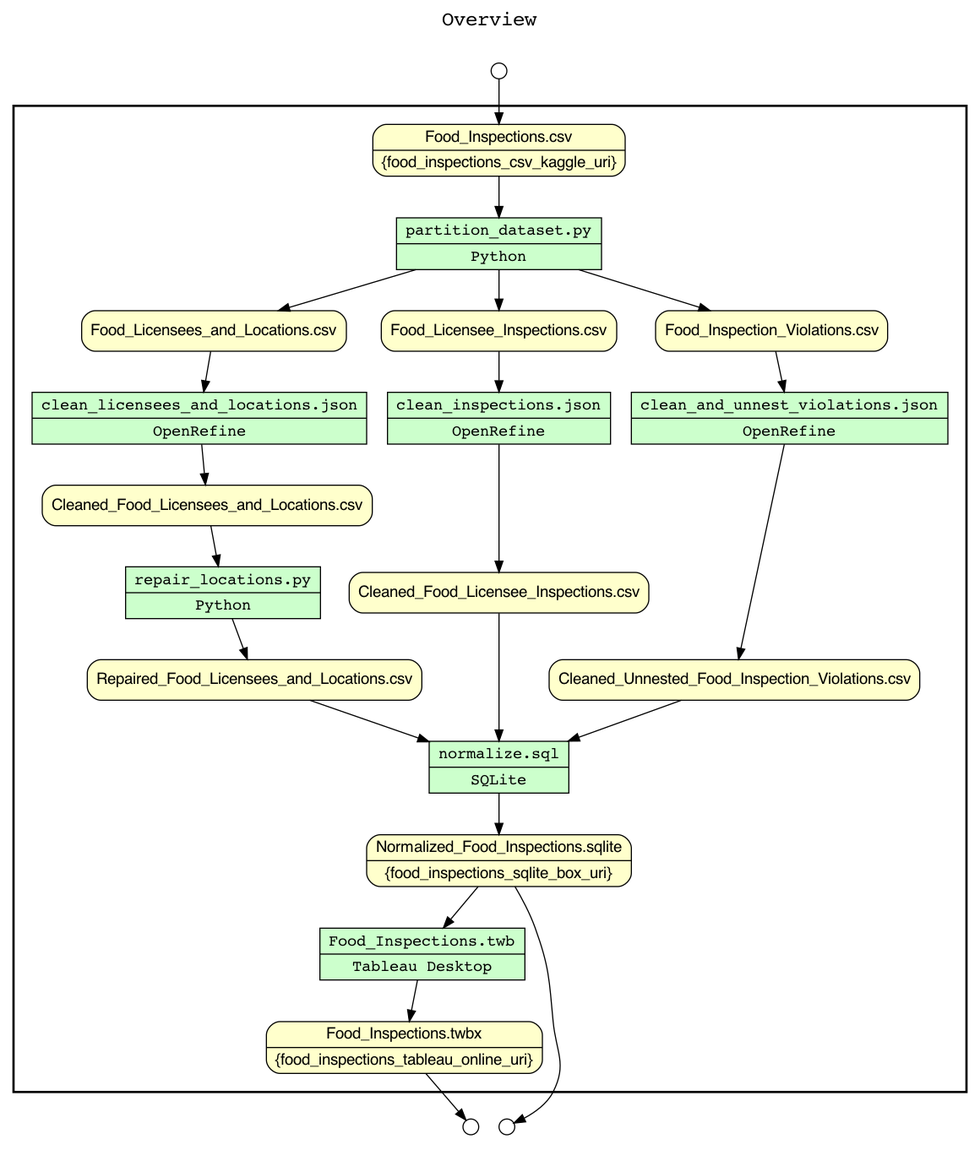
Earlier version of the Graphviz export overview.png (dmcguire81/CS513DataCleaningTeam152). Its source is kept beside it as overview.gv.
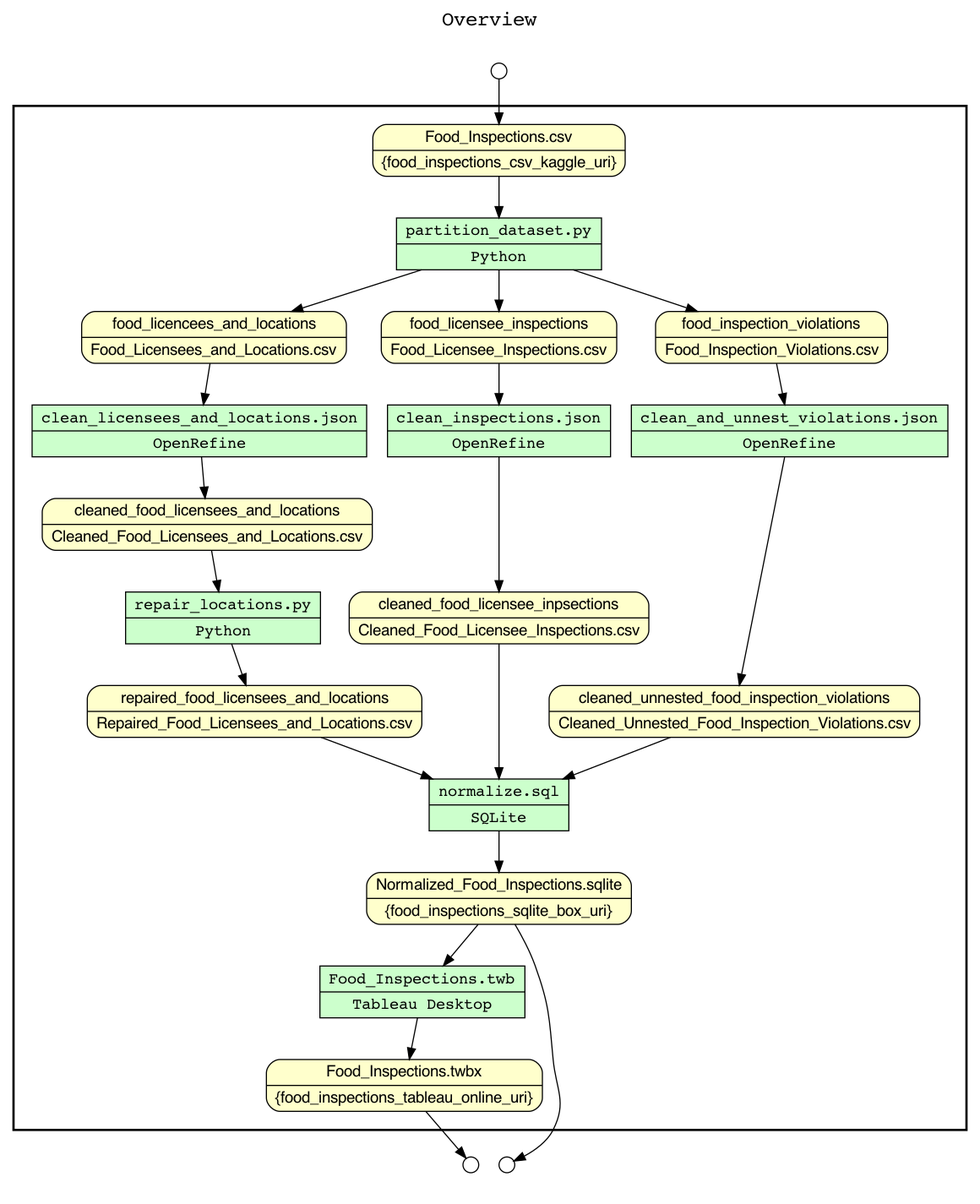
After the commit.

Commit message:
Make file-based data exchange *explicit* in the overview

The edit, as a diff of the source:
```diff
@@ -14,32 +14,32 @@
 "Food_Inspections.twb" [shape=record rankdir=LR label="{<f0> Food_Inspections.twb |<f1> Tableau Desktop}"];
 node[shape=box style="rounded,filled" fillcolor="#FFFFCC" peripheries=1 fontname=Helvetica]
 "Food_Inspections.csv" [shape=record rankdir=LR label="{<f0> Food_Inspections.csv |<f1> \{food_inspections_csv_kaggle_uri\}}"];
-"Food_Licensees_and_Locations.csv"
-"Food_Licensee_Inspections.csv"
-"Food_Inspection_Violations.csv"
-"Cleaned_Food_Licensees_and_Locations.csv"
-"Repaired_Food_Licensees_and_Locations.csv"
-"Cleaned_Food_Licensee_Inspections.csv"
-"Cleaned_Unnested_Food_Inspection_Violations.csv"
+food_licencees_and_locations [shape=record rankdir=LR label="{<f0> food_licencees_and_locations |<f1> Food_Licensees_and_Locations.csv}"];
+food_licensee_inspections [shape=record rankdir=LR label="{<f0> food_licensee_inspections |<f1> Food_Licensee_Inspections.csv}"];
+food_inspection_violations [shape=record rankdir=LR label="{<f0> food_inspection_violations |<f1> Food_Inspection_Violations.csv}"];
+cleaned_food_licensees_and_locations [shape=record rankdir=LR label="{<f0> cleaned_food_licensees_and_locations |<f1> Cleaned_Food_Licensees_and_Locations.csv}"];
+repaired_food_licensees_and_locations [shape=record rankdir=LR label="{<f0> repaired_food_licensees_and_locations |<f1> Repaired_Food_Licensees_and_Locations.csv}"];
+cleaned_food_licensee_inpsections [shape=record rankdir=LR label="{<f0> cleaned_food_licensee_inpsections |<f1> Cleaned_Food_Licensee_Inspections.csv}"];
+cleaned_unnested_food_inspection_violations [shape=record rankdir=LR label="{<f0> cleaned_unnested_food_inspection_violations |<f1> Cleaned_Unnested_Food_Inspection_Violations.csv}"];
 "Normalized_Food_Inspections.sqlite" [shape=record rankdir=LR label="{<f0> Normalized_Food_Inspections.sqlite |<f1> \{food_inspections_sqlite_box_uri\}}"];
 "Food_Inspections.twbx" [shape=record rankdir=LR label="{<f0> Food_Inspections.twbx |<f1> \{food_inspections_tableau_online_uri\}}"];
 node[shape=box style="rounded,filled" fillcolor="#FCFCFC" peripheries=1 fontname=Helvetica]
-"partition_dataset.py" -> "Food_Licensees_and_Locations.csv"
-"partition_dataset.py" -> "Food_Licensee_Inspections.csv"
-"partition_dataset.py" -> "Food_Inspection_Violations.csv"
+"partition_dataset.py" -> food_licencees_and_locations
+"partition_dataset.py" -> food_licensee_inspections
+"partition_dataset.py" -> food_inspection_violations
 "Food_Inspections.csv" -> "partition_dataset.py"
-"clean_licensees_and_locations.json" -> "Cleaned_Food_Licensees_and_Locations.csv"
-"Food_Licensees_and_Locations.csv" -> "clean_licensees_and_locations.json"
-"clean_inspections.json" -> "Cleaned_Food_Licensee_Inspections.csv"
-"Food_Licensee_Inspections.csv" -> "clean_inspections.json"
-"clean_and_unnest_violations.json" -> "Cleaned_Unnested_Food_Inspection_Violations.csv"
-"Food_Inspection_Violations.csv" -> "clean_and_unnest_violations.json"
-"repair_locations.py" -> "Repaired_Food_Licensees_and_Locations.csv"
-"Cleaned_Food_Licensees_and_Locations.csv" -> "repair_locations.py"
+"clean_licensees_and_locations.json" -> cleaned_food_licensees_and_locations
+food_licencees_and_locations -> "clean_licensees_and_locations.json"
+"clean_inspections.json" -> cleaned_food_licensee_inpsections
+food_licensee_inspections -> "clean_inspections.json"
+"clean_and_unnest_violations.json" -> cleaned_unnested_food_inspection_violations
+food_inspection_violations -> "clean_and_unnest_violations.json"
+"repair_locations.py" -> repaired_food_licensees_and_locations
+cleaned_food_licensees_and_locations -> "repair_locations.py"
 "normalize.sql" -> "Normalized_Food_Inspections.sqlite"
-"Repaired_Food_Licensees_and_Locations.csv" -> "normalize.sql"
-"Cleaned_Food_Licensee_Inspections.csv" -> "normalize.sql"
-"Cleaned_Unnested_Food_Inspection_Violations.csv" -> "normalize.sql"
+repaired_food_licensees_and_locations -> "normalize.sql"
+cleaned_food_licensee_inpsections -> "normalize.sql"
+cleaned_unnested_food_inspection_violations -> "normalize.sql"
 "Food_Inspections.twb" -> "Food_Inspections.twbx"
 "Normalized_Food_Inspections.sqlite" -> "Food_Inspections.twb"
 }}
```
